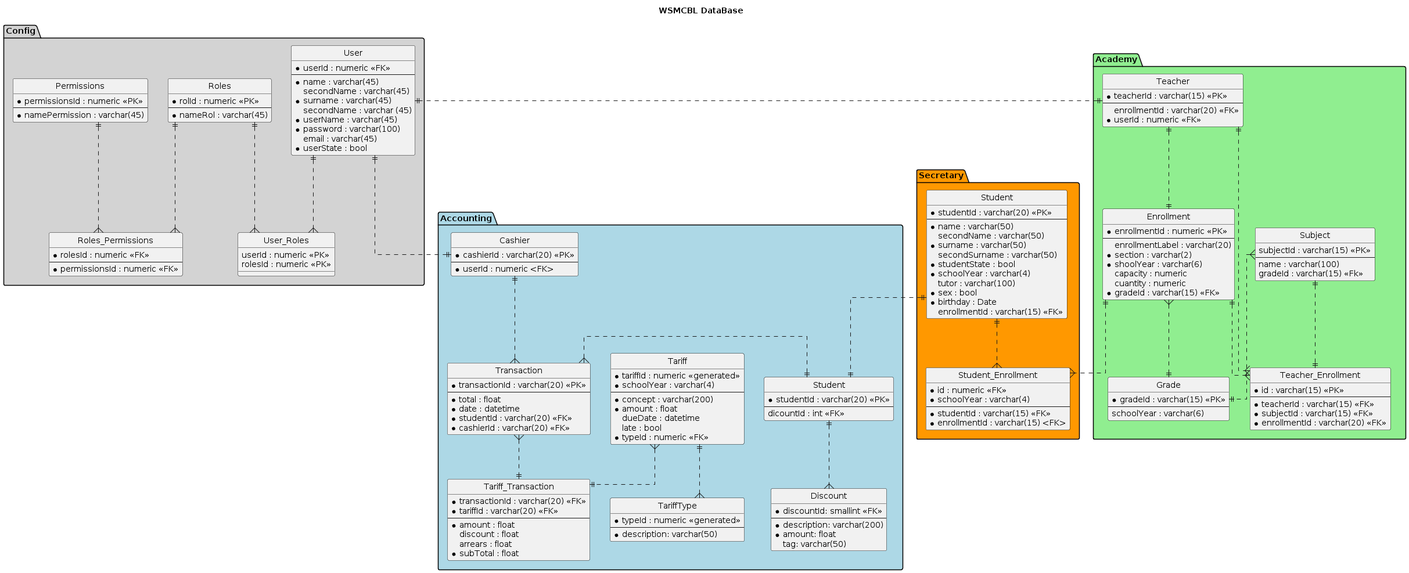
Above: out/DesignView/database.png in wsmcbl/wsmcbl.doc (PlantUML), before the change.
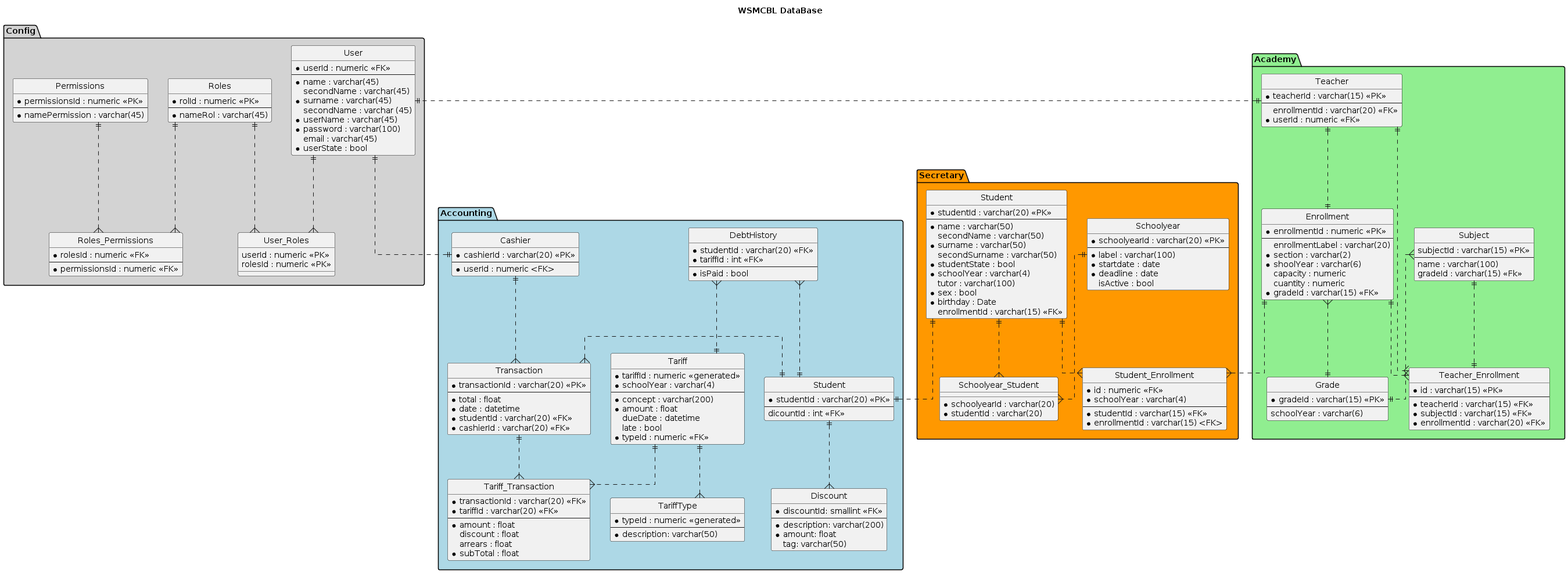
After the commit.

Commit message:
Feat: Update database design

What changed in the source:
```diff
@@ -81,7 +81,25 @@
         * enrollmentId : varchar(15) <FK>
     }
 
+    entity Schoolyear
+    {
+        * schoolyearId : varchar(20) <<PK>>
+        --
+        * label : varchar(100)
+        * startdate : date
+        * deadline : date
+        isActive : bool
+    }
+
+    entity Schoolyear_Student
+    {
+        * schoolyearId : varchar(20)
+        * studentId : varchar(20)
+    }
+
     Student ||..{ Student_Enrollment
+    Student ||..{ Schoolyear_Student
+    Schoolyear ||..{ Schoolyear_Student
 }
 
 package Accounting #LightBlue
@@ -149,12 +167,22 @@
         dicountId : int <<FK>>
     }
 
+    entity DebtHistory
+    {
+        * studentId : varchar(20) <<FK>>
+        * tariffId : int <<FK>>
+        --
+        * isPaid : bool
+    }
+
     Cashier ||..{Transaction
-    Tariff}..|| Tariff_Transaction
-    Transaction}..|| Tariff_Transaction
     Tariff ||..{ TariffType
+    Tariff ||.up.{ DebtHistory
+    Tariff ||..{ Tariff_Transaction
     Student ||.left.{ Transaction
     Student ||..{ Discount
+    Student ||.up.{ DebtHistory
+    Transaction ||..{ Tariff_Transaction
 }
 
 package Academy #LightGreen
@@ -203,8 +231,8 @@
         * enrollmentId : varchar(20) <<FK>>
     }
 
-    Enrollment}..|| Grade
-    Subject}..|| Grade
+    Enrollment }..|| Grade
+    Subject }..|| Grade
     Teacher ||..|| Enrollment
     Teacher ||..{ Teacher_Enrollment
     Subject ||..|| Teacher_Enrollment
```
